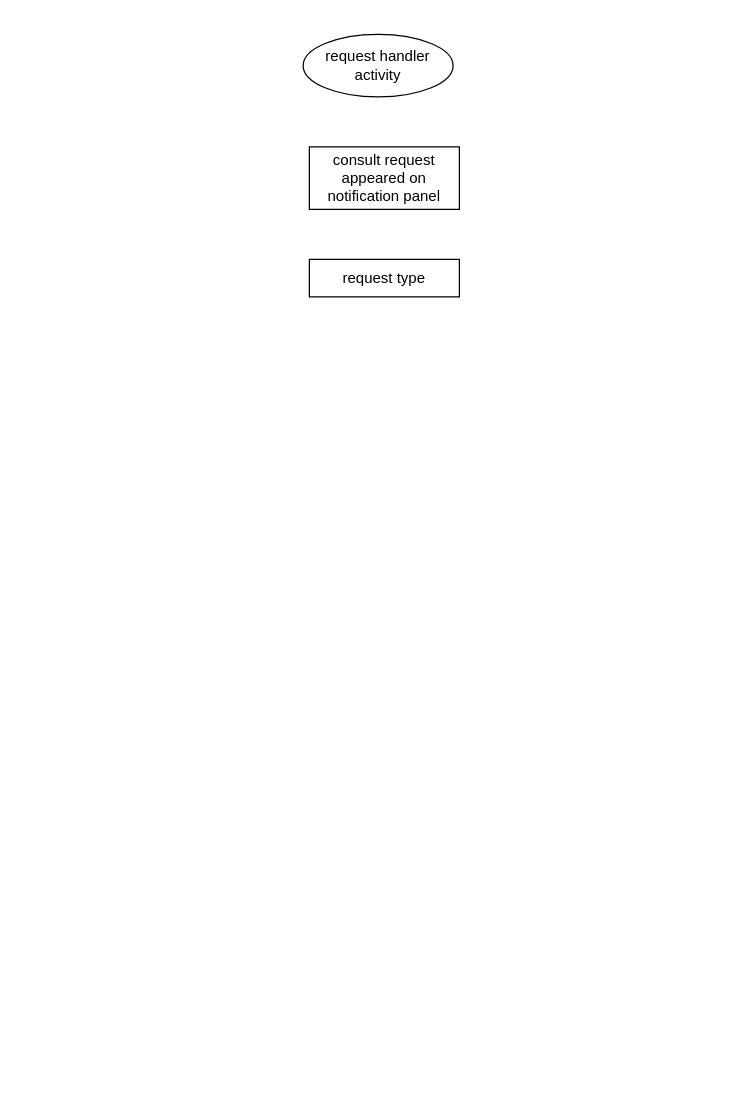
The draw.io diagram Response.drawio in souravbiswassanto/Projects, before the edit. Source tidied: cells renumbered, new cells numbered last; positions are measured from the earlier drawing's top-left corner, leaving out a move shared by most shapes. Both pictures are drawn from the tidied source at 125%, with x=0, y=0 at pixel (302, 34).
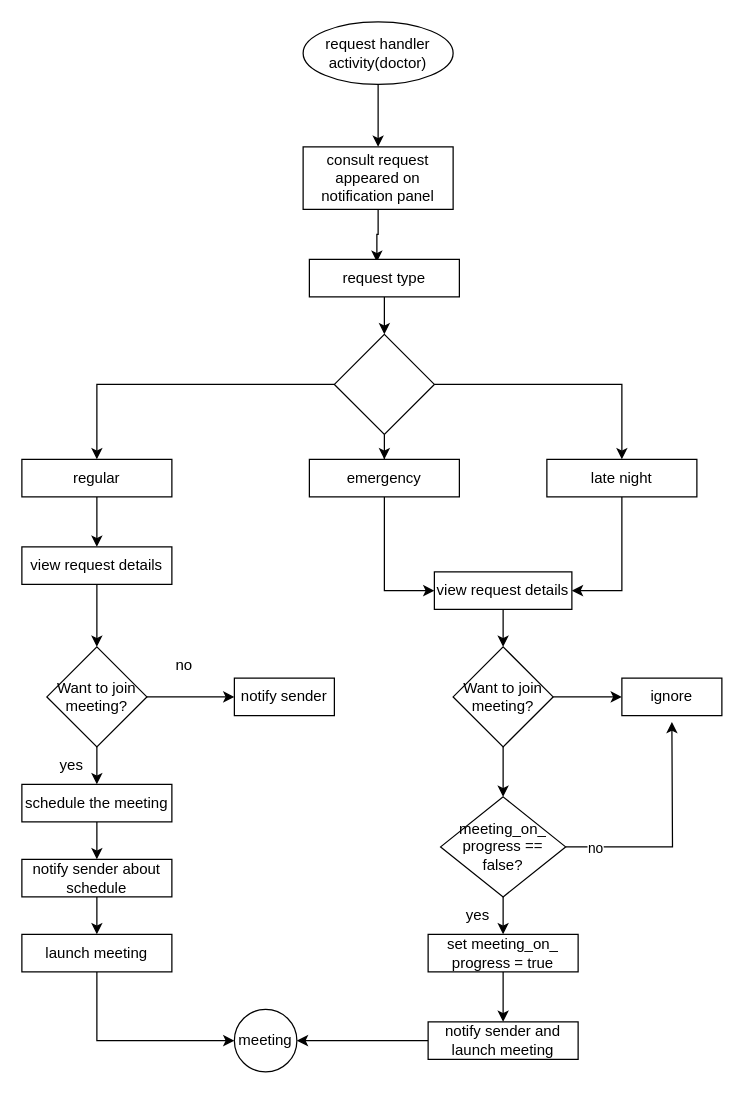
The same page after the edit.

Unchanged cells that the change refers to:
```xml
<mxCell id="4" value="request type" style="rounded=0;whiteSpace=wrap;html=1;" parent="1" vertex="1">
  <mxGeometry x="5" y="180" width="120" height="30" as="geometry" />
</mxCell>
```

Diff of the diagram source:
```diff
@@
+    <mxCell id="5" style="edgeStyle=orthogonalEdgeStyle;rounded=0;jettySize=auto;html=1;" parent="1" edge="1" source="2" target="3">
+      <mxGeometry relative="1" as="geometry" />
+    </mxCell>
-    <mxCell id="2" value="request handler activity" style="ellipse;whiteSpace=wrap;html=1;" parent="1" vertex="1">
-      <mxGeometry width="120" height="50" as="geometry" />
+    <mxCell id="2" value="request handler activity(doctor)" style="ellipse;whiteSpace=wrap;html=1;" parent="1" vertex="1">
+      <mxGeometry y="-10" width="120" height="50" as="geometry" />
     </mxCell>
+    <mxCell id="6" style="edgeStyle=orthogonalEdgeStyle;rounded=0;jettySize=auto;html=1;entryX=0.45;entryY=0.067;entryDx=0;entryDy=0;entryPerimeter=0;" parent="1" edge="1" source="3" target="4">
+      <mxGeometry relative="1" as="geometry" />
+    </mxCell>
     <mxCell id="3" value="consult request appeared on notification panel" style="rounded=0;whiteSpace=wrap;html=1;" parent="1" vertex="1">
-      <mxGeometry x="5" y="90" width="120" height="50" as="geometry" />
+      <mxGeometry y="90" width="120" height="50" as="geometry" />
     </mxCell>
+    <mxCell id="7" style="edgeStyle=orthogonalEdgeStyle;rounded=0;jettySize=auto;html=1;" parent="1" edge="1" source="4" target="11">
+      <mxGeometry relative="1" as="geometry" />
+    </mxCell>
@@
+    <mxCell id="8" style="edgeStyle=orthogonalEdgeStyle;rounded=0;jettySize=auto;html=1;entryX=0.5;entryY=0;entryDx=0;entryDy=0;" parent="1" edge="1" source="11" target="17">
+      <mxGeometry relative="1" as="geometry" />
+    </mxCell>
+    <mxCell id="9" style="edgeStyle=orthogonalEdgeStyle;rounded=0;jettySize=auto;html=1;" parent="1" edge="1" source="11" target="13">
+      <mxGeometry relative="1" as="geometry" />
+    </mxCell>
+    <mxCell id="10" style="edgeStyle=orthogonalEdgeStyle;rounded=0;jettySize=auto;html=1;entryX=0.5;entryY=0;entryDx=0;entryDy=0;" parent="1" edge="1" source="11" target="15">
+      <mxGeometry relative="1" as="geometry" />
+    </mxCell>
+    <mxCell id="11" style="rhombus;whiteSpace=wrap;html=1;" parent="1" vertex="1">
+      <mxGeometry x="25" y="240" width="80" height="80" as="geometry" />
+    </mxCell>
+    <mxCell id="12" style="edgeStyle=orthogonalEdgeStyle;rounded=0;jettySize=auto;html=1;entryX=1;entryY=0.5;entryDx=0;entryDy=0;" parent="1" edge="1" source="13" target="31">
+      <mxGeometry relative="1" as="geometry" />
+    </mxCell>
+    <mxCell id="13" value="late night" style="rounded=0;whiteSpace=wrap;html=1;" parent="1" vertex="1">
+      <mxGeometry x="195" y="340" width="120" height="30" as="geometry" />
+    </mxCell>
+    <mxCell id="14" style="edgeStyle=orthogonalEdgeStyle;rounded=0;jettySize=auto;html=1;entryX=0;entryY=0.5;entryDx=0;entryDy=0;" parent="1" edge="1" source="15" target="31">
+      <mxGeometry relative="1" as="geometry" />
+    </mxCell>
+    <mxCell id="15" value="emergency" style="rounded=0;whiteSpace=wrap;html=1;" parent="1" vertex="1">
+      <mxGeometry x="5" y="340" width="120" height="30" as="geometry" />
+    </mxCell>
+    <mxCell id="16" style="edgeStyle=orthogonalEdgeStyle;rounded=0;jettySize=auto;html=1;entryX=0.5;entryY=0;entryDx=0;entryDy=0;" parent="1" edge="1" source="17" target="19">
+      <mxGeometry relative="1" as="geometry" />
+    </mxCell>
+    <mxCell id="17" value="regular" style="rounded=0;whiteSpace=wrap;html=1;" parent="1" vertex="1">
+      <mxGeometry x="-225" y="340" width="120" height="30" as="geometry" />
+    </mxCell>
+    <mxCell id="18" style="edgeStyle=orthogonalEdgeStyle;rounded=0;jettySize=auto;html=1;" parent="1" edge="1" source="19" target="22">
+      <mxGeometry relative="1" as="geometry" />
+    </mxCell>
+    <mxCell id="19" value="view request details" style="rounded=0;whiteSpace=wrap;html=1;" parent="1" vertex="1">
+      <mxGeometry x="-225" y="410" width="120" height="30" as="geometry" />
+    </mxCell>
+    <mxCell id="20" style="edgeStyle=orthogonalEdgeStyle;rounded=0;jettySize=auto;html=1;entryX=0;entryY=0.5;entryDx=0;entryDy=0;" parent="1" edge="1" source="22" target="29">
+      <mxGeometry relative="1" as="geometry" />
+    </mxCell>
+    <mxCell id="21" style="edgeStyle=orthogonalEdgeStyle;rounded=0;jettySize=auto;html=1;entryX=0.5;entryY=0;entryDx=0;entryDy=0;" parent="1" edge="1" source="22" target="26">
+      <mxGeometry relative="1" as="geometry" />
+    </mxCell>
+    <mxCell id="22" value="Want to join meeting?" style="rhombus;whiteSpace=wrap;html=1;" parent="1" vertex="1">
+      <mxGeometry x="-205" y="490" width="80" height="80" as="geometry" />
+    </mxCell>
+    <mxCell id="23" style="edgeStyle=orthogonalEdgeStyle;rounded=0;jettySize=auto;html=1;entryX=0.5;entryY=0;entryDx=0;entryDy=0;" parent="1" edge="1" source="24" target="28">
+      <mxGeometry relative="1" as="geometry" />
+    </mxCell>
+    <mxCell id="24" value="notify sender about schedule" style="rounded=0;whiteSpace=wrap;html=1;" parent="1" vertex="1">
+      <mxGeometry x="-225" y="660" width="120" height="30" as="geometry" />
+    </mxCell>
+    <mxCell id="25" style="edgeStyle=orthogonalEdgeStyle;rounded=0;jettySize=auto;html=1;entryX=0.5;entryY=0;entryDx=0;entryDy=0;" parent="1" edge="1" source="26" target="24">
+      <mxGeometry relative="1" as="geometry" />
+    </mxCell>
+    <mxCell id="26" value="schedule the meeting" style="rounded=0;whiteSpace=wrap;html=1;" parent="1" vertex="1">
+      <mxGeometry x="-225" y="600" width="120" height="30" as="geometry" />
+    </mxCell>
+    <mxCell id="27" style="edgeStyle=orthogonalEdgeStyle;rounded=0;jettySize=auto;html=1;entryX=0;entryY=0.5;entryDx=0;entryDy=0;" parent="1" edge="1" source="28" target="47">
+      <mxGeometry relative="1" as="geometry">
+        <Array as="points">
+          <mxPoint x="-165" y="805" />
+        </Array>
+      </mxGeometry>
+    </mxCell>
+    <mxCell id="28" value="launch meeting" style="rounded=0;whiteSpace=wrap;html=1;" parent="1" vertex="1">
+      <mxGeometry x="-225" y="720" width="120" height="30" as="geometry" />
+    </mxCell>
+    <mxCell id="29" value="notify sender" style="rounded=0;whiteSpace=wrap;html=1;" parent="1" vertex="1">
+      <mxGeometry x="-55" y="515" width="80" height="30" as="geometry" />
+    </mxCell>
+    <mxCell id="30" style="edgeStyle=orthogonalEdgeStyle;rounded=0;jettySize=auto;html=1;" parent="1" edge="1" source="31" target="34">
+      <mxGeometry relative="1" as="geometry" />
+    </mxCell>
+    <mxCell id="31" value="view request details" style="rounded=0;whiteSpace=wrap;html=1;" parent="1" vertex="1">
+      <mxGeometry x="105" y="430" width="110" height="30" as="geometry" />
+    </mxCell>
+    <mxCell id="32" style="edgeStyle=orthogonalEdgeStyle;rounded=0;jettySize=auto;html=1;entryX=0;entryY=0.5;entryDx=0;entryDy=0;" parent="1" edge="1" source="34" target="35">
+      <mxGeometry relative="1" as="geometry" />
+    </mxCell>
+    <mxCell id="33" style="edgeStyle=orthogonalEdgeStyle;rounded=0;jettySize=auto;html=1;" parent="1" edge="1" source="34" target="43">
+      <mxGeometry relative="1" as="geometry" />
+    </mxCell>
+    <mxCell id="34" value="Want to join meeting?" style="rhombus;whiteSpace=wrap;html=1;" parent="1" vertex="1">
+      <mxGeometry x="120" y="490" width="80" height="80" as="geometry" />
+    </mxCell>
+    <mxCell id="35" value="ignore" style="rounded=0;whiteSpace=wrap;html=1;" parent="1" vertex="1">
+      <mxGeometry x="255" y="515" width="80" height="30" as="geometry" />
+    </mxCell>
+    <mxCell id="36" style="edgeStyle=orthogonalEdgeStyle;rounded=0;jettySize=auto;html=1;" parent="1" edge="1" source="37" target="47">
+      <mxGeometry relative="1" as="geometry" />
+    </mxCell>
+    <mxCell id="37" value="notify sender and launch meeting" style="rounded=0;whiteSpace=wrap;html=1;" parent="1" vertex="1">
+      <mxGeometry x="100" y="790" width="120" height="30" as="geometry" />
+    </mxCell>
+    <mxCell id="38" style="edgeStyle=orthogonalEdgeStyle;rounded=0;jettySize=auto;html=1;" parent="1" edge="1" source="39" target="37">
+      <mxGeometry relative="1" as="geometry" />
+    </mxCell>
+    <mxCell id="39" value="set meeting_on_&lt;br&gt;progress = true" style="rounded=0;whiteSpace=wrap;html=1;" parent="1" vertex="1">
+      <mxGeometry x="100" y="720" width="120" height="30" as="geometry" />
+    </mxCell>
+    <mxCell id="40" style="edgeStyle=orthogonalEdgeStyle;rounded=0;jettySize=auto;html=1;" parent="1" edge="1" source="43" target="39">
+      <mxGeometry relative="1" as="geometry" />
+    </mxCell>
+    <mxCell id="41" style="edgeStyle=orthogonalEdgeStyle;rounded=0;jettySize=auto;html=1;" parent="1" edge="1" source="43">
+      <mxGeometry relative="1" as="geometry">
+        <mxPoint x="295" y="550" as="targetPoint" />
+      </mxGeometry>
+    </mxCell>
+    <mxCell id="42" value="no" style="edgeLabel;html=1;align=center;verticalAlign=middle;" parent="41" vertex="1">
+      <mxGeometry x="-0.75" relative="1" as="geometry" />
+    </mxCell>
+    <mxCell id="43" value="meeting_on_&lt;br&gt;progress == false?" style="rhombus;whiteSpace=wrap;html=1;" parent="1" vertex="1">
+      <mxGeometry x="110" y="610" width="100" height="80" as="geometry" />
+    </mxCell>
+    <mxCell id="44" value="no" style="text;html=1;strokeColor=none;fillColor=none;align=center;verticalAlign=middle;whiteSpace=wrap;rounded=0;" parent="1" vertex="1">
+      <mxGeometry x="-125" y="490" width="60" height="30" as="geometry" />
+    </mxCell>
+    <mxCell id="45" value="yes" style="text;html=1;strokeColor=none;fillColor=none;align=center;verticalAlign=middle;whiteSpace=wrap;rounded=0;" parent="1" vertex="1">
+      <mxGeometry x="-215" y="570" width="60" height="30" as="geometry" />
+    </mxCell>
+    <mxCell id="46" value="yes" style="text;html=1;strokeColor=none;fillColor=none;align=center;verticalAlign=middle;whiteSpace=wrap;rounded=0;" parent="1" vertex="1">
+      <mxGeometry x="110" y="690" width="60" height="30" as="geometry" />
+    </mxCell>
+    <mxCell id="47" value="meeting" style="ellipse;whiteSpace=wrap;html=1;" parent="1" vertex="1">
+      <mxGeometry x="-55" y="780" width="50" height="50" as="geometry" />
+    </mxCell>
```
